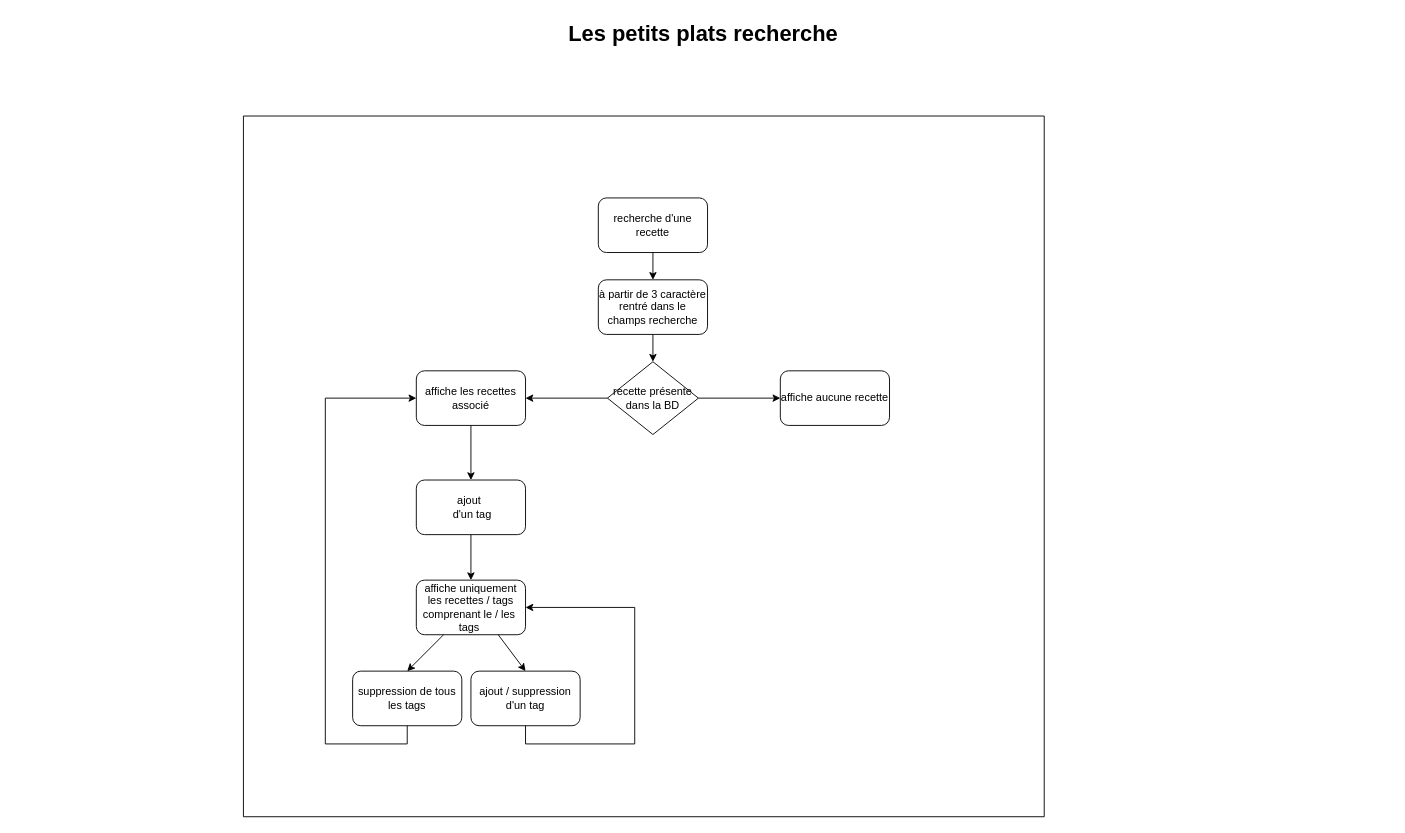
The draw.io diagram Diagramme sans nom.drawio in FlorentEeckeman/p7-React-Algo, before the edit. Source tidied: cells renumbered, new cells numbered last; positions are measured from the earlier drawing's top-left corner, leaving out a move shared by most shapes. Both pictures are drawn from the tidied source at 91%, with x=0, y=0 at pixel (15, 15).
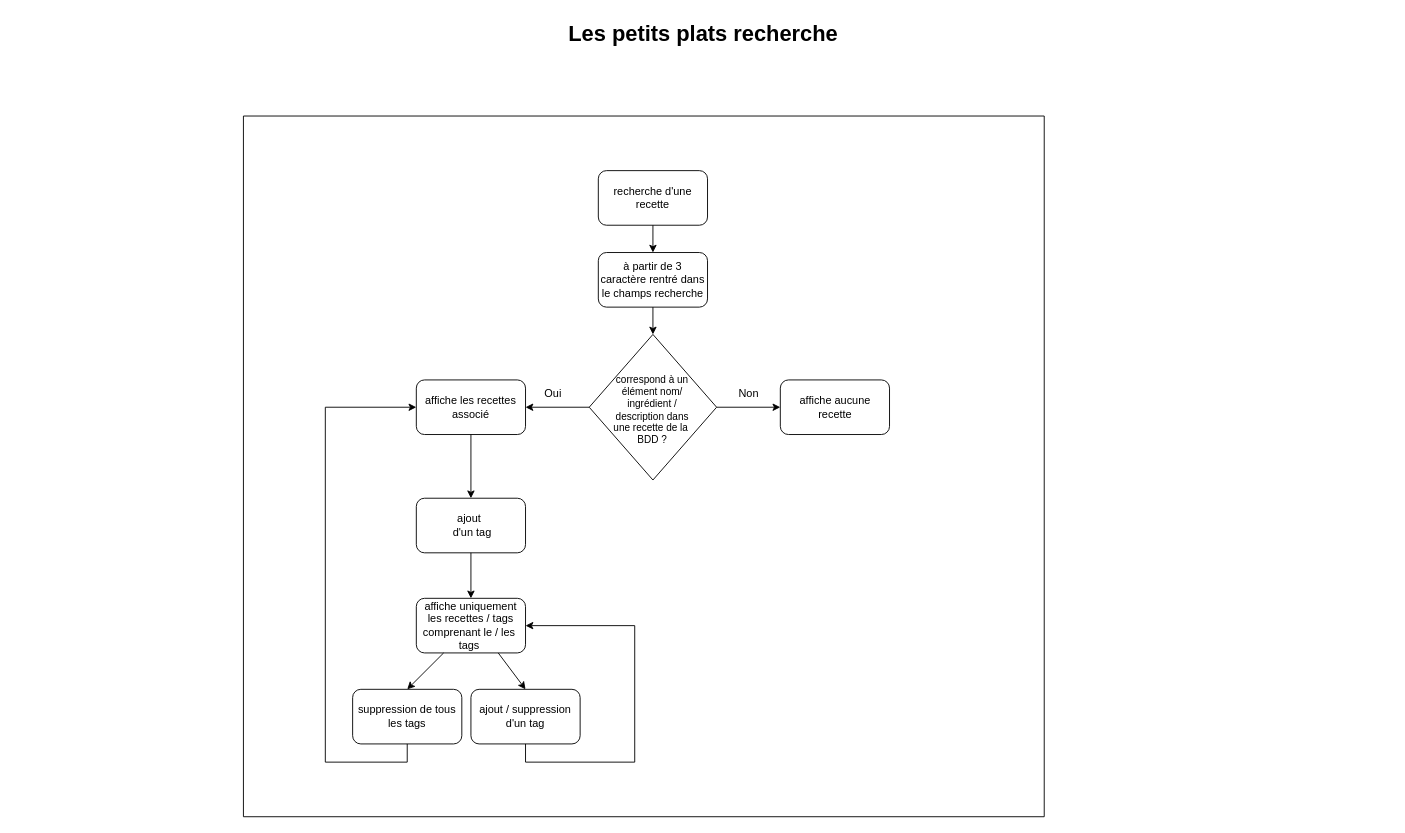
The same page after the edit.

Commit message:
Mettre à jour Diagramme sans nom.drawio

Diff of the diagram source:
```diff
@@
-    <mxCell id="3" style="swimlane;startSize=0;" parent="1" vertex="1">
+    <mxCell id="3" style="swimlane;startSize=0;spacingLeft=2;" parent="1" vertex="1">
       <mxGeometry x="250" y="110" width="880" height="770" as="geometry" />
     </mxCell>
     <mxCell id="4" value="recherche d'une recette" style="rounded=1;whiteSpace=wrap;html=1;" parent="3" vertex="1">
-      <mxGeometry x="390" y="90" width="120" height="60" as="geometry" />
+      <mxGeometry x="390" y="60" width="120" height="60" as="geometry" />
     </mxCell>
-    <mxCell id="5" value="à partir de 3 caractère rentré dans le champs recherche" style="rounded=1;whiteSpace=wrap;html=1;" parent="3" vertex="1">
-      <mxGeometry x="390" y="180" width="120" height="60" as="geometry" />
+    <mxCell id="5" value="à partir de 3 caractère rentré dans le champs recherche" style="rounded=1;whiteSpace=wrap;html=1;spacingLeft=1;spacingRight=1;" parent="3" vertex="1">
+      <mxGeometry x="390" y="150" width="120" height="60" as="geometry" />
     </mxCell>
-    <mxCell id="6" value="recette présente dans la BD" style="rhombus;whiteSpace=wrap;html=1;" parent="3" vertex="1">
-      <mxGeometry x="400" y="270" width="100" height="80" as="geometry" />
+    <mxCell id="6" value="&lt;p style=&quot;line-height: 110%;&quot;&gt;&lt;font style=&quot;font-size: 11px;&quot;&gt;correspond à un élément nom/ ingrédient / description dans une recette de la&amp;nbsp; BDD ?&lt;/font&gt;&lt;/p&gt;" style="rhombus;whiteSpace=wrap;html=1;verticalAlign=middle;spacingTop=5;spacingLeft=26;spacingRight=27;" parent="3" vertex="1">
+      <mxGeometry x="380" y="240" width="140" height="160" as="geometry" />
     </mxCell>
@@
-    <mxCell id="9" value="affiche aucune recette" style="rounded=1;whiteSpace=wrap;html=1;" parent="3" vertex="1">
-      <mxGeometry x="590" y="280" width="120" height="60" as="geometry" />
+    <mxCell id="9" value="affiche aucune recette" style="rounded=1;whiteSpace=wrap;html=1;spacingLeft=1;" parent="3" vertex="1">
+      <mxGeometry x="590" y="290" width="120" height="60" as="geometry" />
     </mxCell>
     <mxCell id="10" value="affiche les recettes associé" style="rounded=1;whiteSpace=wrap;html=1;" parent="3" vertex="1">
-      <mxGeometry x="190" y="280" width="120" height="60" as="geometry" />
+      <mxGeometry x="190" y="290" width="120" height="60" as="geometry" />
     </mxCell>
@@
     <mxCell id="12" value="ajout&amp;nbsp;&lt;br&gt;&amp;nbsp;d'un tag" style="rounded=1;whiteSpace=wrap;html=1;" parent="3" vertex="1">
-      <mxGeometry x="190" y="400" width="120" height="60" as="geometry" />
+      <mxGeometry x="190" y="420" width="120" height="60" as="geometry" />
     </mxCell>
@@
-    <mxCell id="15" value="affiche uniquement les recettes / tags comprenant le / les&amp;nbsp; tags&amp;nbsp;" style="rounded=1;whiteSpace=wrap;html=1;" parent="3" vertex="1">
-      <mxGeometry x="190" y="510" width="120" height="60" as="geometry" />
+    <mxCell id="15" value="affiche uniquement les recettes / tags comprenant le / les&amp;nbsp; tags&amp;nbsp;" style="rounded=1;whiteSpace=wrap;html=1;spacingLeft=1;spacingRight=1;" parent="3" vertex="1">
+      <mxGeometry x="190" y="530" width="120" height="60" as="geometry" />
     </mxCell>
@@
     <mxCell id="17" value="ajout / suppression d'un tag" style="rounded=1;whiteSpace=wrap;html=1;" parent="3" vertex="1">
-      <mxGeometry x="250" y="610" width="120" height="60" as="geometry" />
+      <mxGeometry x="250" y="630" width="120" height="60" as="geometry" />
     </mxCell>
@@
     <mxCell id="19" style="endArrow=classic;html=1;rounded=0;exitX=0.5;exitY=1;exitDx=0;exitDy=0;entryX=1;entryY=0.5;entryDx=0;entryDy=0;" parent="3" edge="1" source="17" target="15">
       <mxGeometry relative="1" as="geometry">
         <Array as="points">
           <mxPoint x="310" y="690" />
-          <mxPoint x="430" y="690" />
-          <mxPoint x="430" y="540" />
+          <mxPoint x="310" y="710" />
+          <mxPoint x="430" y="710" />
+          <mxPoint x="430" y="560" />
         </Array>
       </mxGeometry>
     </mxCell>
     <mxCell id="20" value="suppression de tous les tags" style="rounded=1;whiteSpace=wrap;html=1;" parent="3" vertex="1">
-      <mxGeometry x="120" y="610" width="120" height="60" as="geometry" />
+      <mxGeometry x="120" y="630" width="120" height="60" as="geometry" />
     </mxCell>
@@
     <mxCell id="22" style="endArrow=classic;html=1;rounded=0;exitX=0.5;exitY=1;exitDx=0;exitDy=0;entryX=0;entryY=0.5;entryDx=0;entryDy=0;" parent="3" edge="1" source="20" target="10">
       <mxGeometry relative="1" as="geometry">
         <Array as="points">
           <mxPoint x="180" y="690" />
-          <mxPoint x="90" y="690" />
-          <mxPoint x="90" y="310" />
+          <mxPoint x="180" y="710" />
+          <mxPoint x="90" y="710" />
+          <mxPoint x="90" y="320" />
         </Array>
       </mxGeometry>
     </mxCell>
+    <mxCell id="23" value="Non" style="text;html=1;align=center;verticalAlign=middle;strokeColor=none;fillColor=none;" parent="3" vertex="1">
+      <mxGeometry x="530" y="290" width="50" height="30" as="geometry" />
+    </mxCell>
+    <mxCell id="24" value="Oui" style="text;html=1;align=center;verticalAlign=middle;strokeColor=none;fillColor=none;" parent="3" vertex="1">
+      <mxGeometry x="320" y="290" width="40" height="30" as="geometry" />
+    </mxCell>
```
